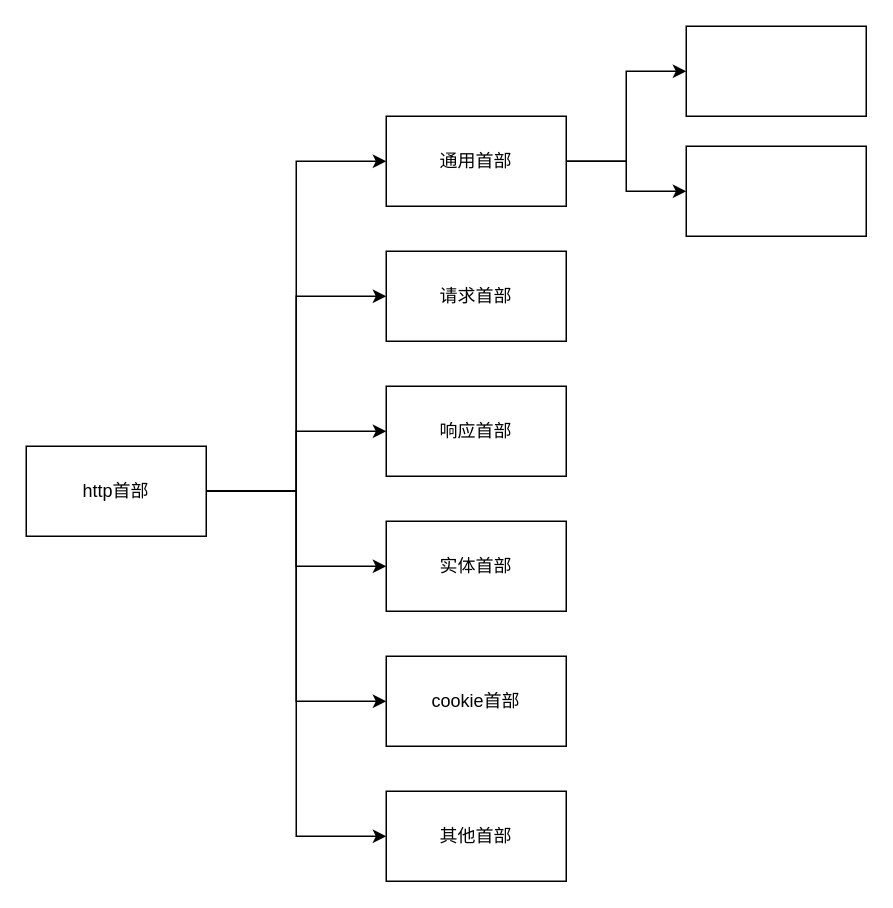
Earlier version of the draw.io diagram http头部.drawio (lmxyjy/draw.io). Source tidied: cells renumbered, new cells numbered last; positions are measured from the earlier drawing's top-left corner, leaving out a move shared by most shapes. Both pictures are drawn from the tidied source at 150%, with x=0, y=0 at pixel (26, 26).
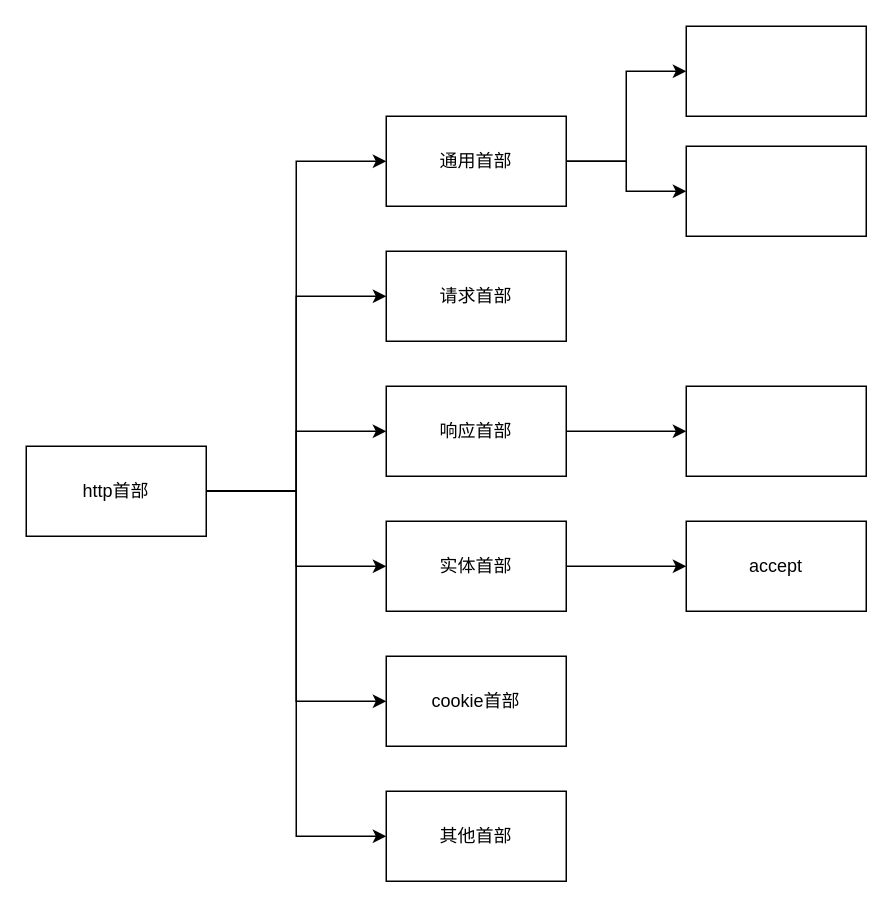
The same diagram, later.

The change refers to these unchanged cells:
```xml
<mxCell id="13" value="响应首部" style="whiteSpace=wrap;html=1;" parent="1" vertex="1">
  <mxGeometry x="240" y="240" width="120" height="60" as="geometry" />
</mxCell>
<mxCell id="14" value="实体首部" style="whiteSpace=wrap;html=1;" parent="1" vertex="1">
  <mxGeometry x="240" y="330" width="120" height="60" as="geometry" />
</mxCell>
```

What changed in the source:
```diff
@@
+    <mxCell id="19" style="edgeStyle=orthogonalEdgeStyle;rounded=0;jettySize=auto;html=1;entryX=0;entryY=0.5;entryDx=0;entryDy=0;" parent="1" edge="1" source="13" target="22">
+      <mxGeometry relative="1" as="geometry" />
+    </mxCell>
@@
+    <mxCell id="20" style="edgeStyle=orthogonalEdgeStyle;rounded=0;jettySize=auto;html=1;entryX=0;entryY=0.5;entryDx=0;entryDy=0;" parent="1" edge="1" source="14" target="21">
+      <mxGeometry relative="1" as="geometry" />
+    </mxCell>
@@
+    <mxCell id="21" value="accept" style="whiteSpace=wrap;html=1;" parent="1" vertex="1">
+      <mxGeometry x="440" y="330" width="120" height="60" as="geometry" />
+    </mxCell>
+    <mxCell id="22" style="whiteSpace=wrap;html=1;" parent="1" vertex="1">
+      <mxGeometry x="440" y="240" width="120" height="60" as="geometry" />
+    </mxCell>
```
